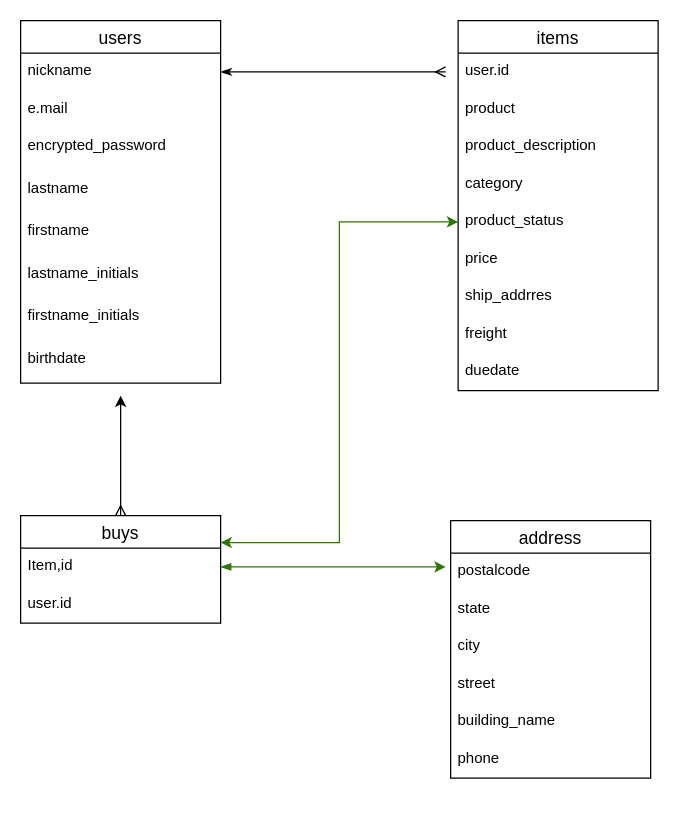
The draw.io diagram .dio in hirosetomoaki/furima-35779, before the edit. Source tidied: cells renumbered, new cells numbered last; positions are measured from the earlier drawing's top-left corner, leaving out a move shared by most shapes. Both pictures are drawn from the tidied source at 125%, with x=0, y=0 at pixel (20, 20).
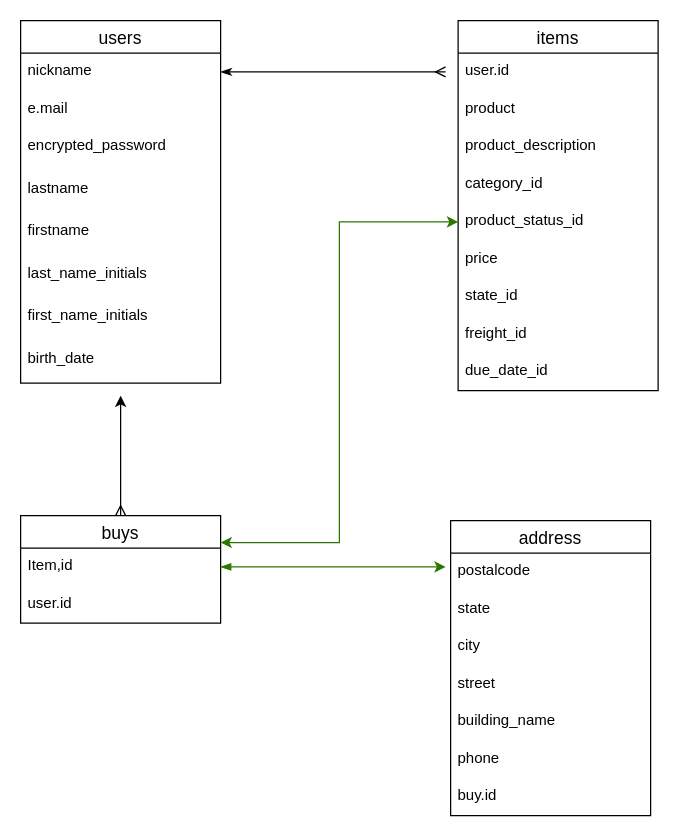
After the change.

Commit message (it also covers changes not shown here):
データベース設計修正４

Unchanged cells that the change refers to:
```xml
<mxCell id="2" value="users" style="swimlane;fontStyle=0;horizontal=1;startSize=26;align=center;fontSize=14;" parent="1" vertex="1">
  <mxGeometry width="160" height="290" as="geometry" />
</mxCell>
<mxCell id="12" value="items" style="swimlane;fontStyle=0;horizontal=1;startSize=26;align=center;fontSize=14;" parent="1" vertex="1">
  <mxGeometry x="350" width="160" height="296" as="geometry" />
</mxCell>
```

Change to the diagram source:
```diff
@@
-    <mxCell id="8" value="lastname_initials" style="text;spacingLeft=4;spacingRight=4;overflow=hidden;fontSize=12;" parent="2" vertex="1">
+    <mxCell id="8" value="last_name_initials" style="text;spacingLeft=4;spacingRight=4;overflow=hidden;fontSize=12;" parent="2" vertex="1">
       <mxGeometry y="188" width="160" height="34" as="geometry" />
     </mxCell>
-    <mxCell id="9" value="firstname_initials" style="text;spacingLeft=4;spacingRight=4;overflow=hidden;fontSize=12;" parent="2" vertex="1">
+    <mxCell id="9" value="first_name_initials" style="text;spacingLeft=4;spacingRight=4;overflow=hidden;fontSize=12;" parent="2" vertex="1">
       <mxGeometry y="222" width="160" height="34" as="geometry" />
     </mxCell>
-    <mxCell id="10" value="birthdate" style="text;spacingLeft=4;spacingRight=4;overflow=hidden;fontSize=12;" parent="2" vertex="1">
+    <mxCell id="10" value="birth_date" style="text;spacingLeft=4;spacingRight=4;overflow=hidden;fontSize=12;" parent="2" vertex="1">
       <mxGeometry y="256" width="160" height="34" as="geometry" />
     </mxCell>
@@
-    <mxCell id="16" value="category" style="text;strokeColor=none;fillColor=none;spacingLeft=4;spacingRight=4;overflow=hidden;fontSize=12;" parent="12" vertex="1">
+    <mxCell id="16" value="category_id" style="text;strokeColor=none;fillColor=none;spacingLeft=4;spacingRight=4;overflow=hidden;fontSize=12;" parent="12" vertex="1">
       <mxGeometry y="116" width="160" height="30" as="geometry" />
     </mxCell>
-    <mxCell id="17" value="product_status" style="text;strokeColor=none;fillColor=none;spacingLeft=4;spacingRight=4;overflow=hidden;points=[[0,0.5],[1,0.5]];portConstraint=eastwest;fontSize=12;" parent="12" vertex="1">
+    <mxCell id="17" value="product_status_id" style="text;strokeColor=none;fillColor=none;spacingLeft=4;spacingRight=4;overflow=hidden;points=[[0,0.5],[1,0.5]];portConstraint=eastwest;fontSize=12;" parent="12" vertex="1">
       <mxGeometry y="146" width="160" height="30" as="geometry" />
     </mxCell>
@@
-    <mxCell id="19" value="ship_addrres" style="text;strokeColor=none;fillColor=none;spacingLeft=4;spacingRight=4;overflow=hidden;fontSize=12;" parent="12" vertex="1">
+    <mxCell id="19" value="state_id" style="text;strokeColor=none;fillColor=none;spacingLeft=4;spacingRight=4;overflow=hidden;fontSize=12;" parent="12" vertex="1">
       <mxGeometry y="206" width="160" height="30" as="geometry" />
     </mxCell>
-    <mxCell id="20" value="freight" style="text;strokeColor=none;fillColor=none;spacingLeft=4;spacingRight=4;overflow=hidden;fontSize=12;" parent="12" vertex="1">
+    <mxCell id="20" value="freight_id" style="text;strokeColor=none;fillColor=none;spacingLeft=4;spacingRight=4;overflow=hidden;fontSize=12;" parent="12" vertex="1">
       <mxGeometry y="236" width="160" height="30" as="geometry" />
     </mxCell>
-    <mxCell id="21" value="duedate" style="text;strokeColor=none;fillColor=none;spacingLeft=4;spacingRight=4;overflow=hidden;fontSize=12;" parent="12" vertex="1">
+    <mxCell id="21" value="due_date_id" style="text;strokeColor=none;fillColor=none;spacingLeft=4;spacingRight=4;overflow=hidden;fontSize=12;" parent="12" vertex="1">
       <mxGeometry y="266" width="160" height="30" as="geometry" />
     </mxCell>
     <mxCell id="22" value="address" style="swimlane;fontStyle=0;horizontal=1;startSize=26;align=center;fontSize=14;" parent="1" vertex="1">
-      <mxGeometry x="344" y="400" width="160" height="206" as="geometry" />
+      <mxGeometry x="344" y="400" width="160" height="236" as="geometry" />
     </mxCell>
@@
+    <mxCell id="35" value="buy.id" style="text;strokeColor=none;fillColor=none;spacingLeft=4;spacingRight=4;overflow=hidden;fontSize=12;" parent="22" vertex="1">
+      <mxGeometry y="206" width="160" height="30" as="geometry" />
+    </mxCell>
```
